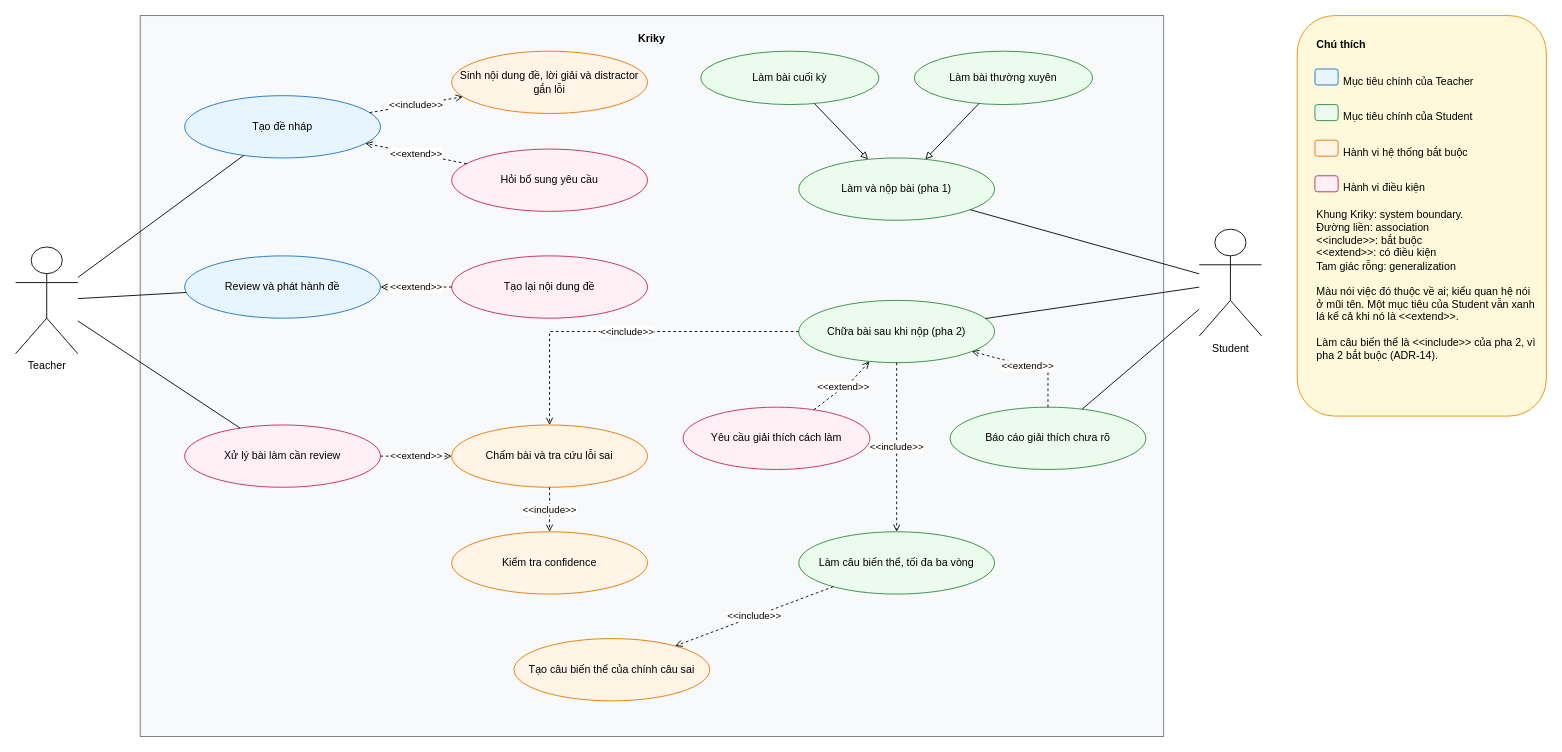
This is docs/diagrams/use-case.drawio from biabeogo147/AI-Assessment-and-Feedback-Assistant, a draw.io file, before an edit. Source tidied: cells renumbered, new cells numbered last; positions are measured from the earlier drawing's top-left corner, leaving out a move shared by most shapes. Both pictures are drawn from the tidied source at 89%, with x=0, y=0 at pixel (15, 15).
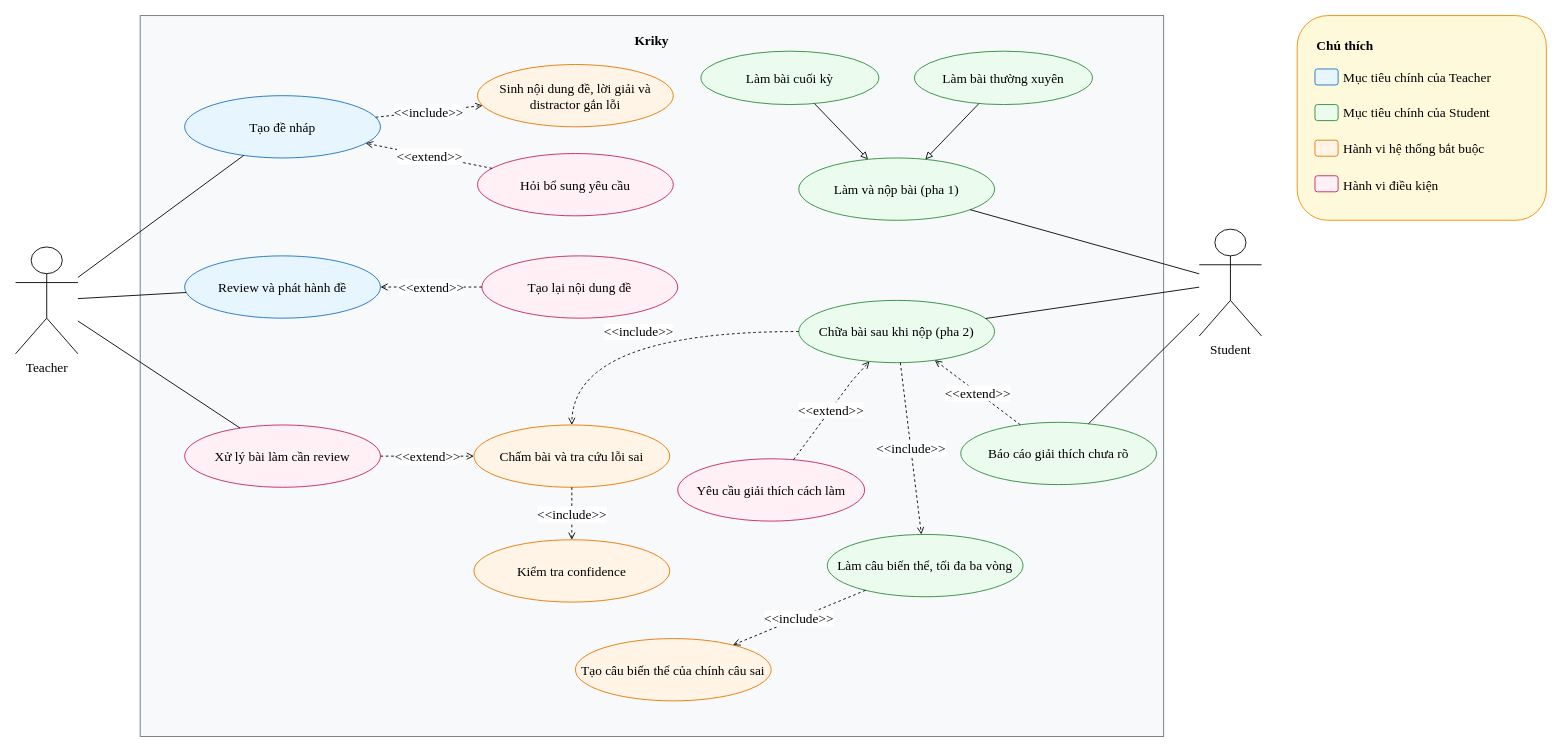
The same diagram, later.

Change to the diagram source:
```diff
@@
-    <mxCell id="2" value="Kriky" style="rounded=0;whiteSpace=wrap;html=1;fillColor=#f8f9fa;strokeColor=#6c757d;fontStyle=1;verticalAlign=top;spacingTop=12;" parent="1" vertex="1">
+    <mxCell id="2" value="Kriky" style="rounded=0;whiteSpace=wrap;html=1;fillColor=#f8f9fa;strokeColor=#6c757d;fontStyle=1;verticalAlign=top;spacingTop=12;fontFamily=Times New Roman;fontSize=15;" parent="1" vertex="1">
       <mxGeometry x="140" width="1150" height="810" as="geometry" />
     </mxCell>
-    <mxCell id="3" value="Teacher" style="shape=umlActor;verticalLabelPosition=bottom;verticalAlign=top;html=1;outlineConnect=0;" parent="1" vertex="1">
+    <mxCell id="3" value="Teacher" style="shape=umlActor;verticalLabelPosition=bottom;verticalAlign=top;html=1;outlineConnect=0;fontFamily=Times New Roman;fontSize=15;" parent="1" vertex="1">
       <mxGeometry y="260" width="70" height="120" as="geometry" />
     </mxCell>
-    <mxCell id="4" value="Student" style="shape=umlActor;verticalLabelPosition=bottom;verticalAlign=top;html=1;outlineConnect=0;" parent="1" vertex="1">
+    <mxCell id="4" value="Student" style="shape=umlActor;verticalLabelPosition=bottom;verticalAlign=top;html=1;outlineConnect=0;fontFamily=Times New Roman;fontSize=15;" parent="1" vertex="1">
       <mxGeometry x="1330" y="240" width="70" height="120" as="geometry" />
     </mxCell>
-    <mxCell id="5" value="Tạo đề nháp" style="ellipse;whiteSpace=wrap;html=1;fillColor=#e7f5ff;strokeColor=#1971c2;" parent="1" vertex="1">
+    <mxCell id="5" value="Tạo đề nháp" style="ellipse;whiteSpace=wrap;html=1;fillColor=#e7f5ff;strokeColor=#1971c2;fontFamily=Times New Roman;fontSize=15;" parent="1" vertex="1">
       <mxGeometry x="190" y="90" width="220" height="70" as="geometry" />
     </mxCell>
-    <mxCell id="6" value="Sinh nội dung đề, lời giải và distractor gắn lỗi" style="ellipse;whiteSpace=wrap;html=1;fillColor=#fff4e6;strokeColor=#e67700;" parent="1" vertex="1">
-      <mxGeometry x="490" y="40" width="220" height="70" as="geometry" />
+    <mxCell id="6" value="Sinh nội dung đề, lời giải và distractor gắn lỗi" style="ellipse;whiteSpace=wrap;html=1;fillColor=#fff4e6;strokeColor=#e67700;fontFamily=Times New Roman;fontSize=15;" parent="1" vertex="1">
+      <mxGeometry x="519" y="55" width="220" height="70" as="geometry" />
     </mxCell>
-    <mxCell id="7" value="Hỏi bổ sung yêu cầu" style="ellipse;whiteSpace=wrap;html=1;fillColor=#fff0f6;strokeColor=#c2255c;" parent="1" vertex="1">
-      <mxGeometry x="490" y="150" width="220" height="70" as="geometry" />
+    <mxCell id="7" value="Hỏi bổ sung yêu cầu" style="ellipse;whiteSpace=wrap;html=1;fillColor=#fff0f6;strokeColor=#c2255c;fontFamily=Times New Roman;fontSize=15;" parent="1" vertex="1">
+      <mxGeometry x="519" y="155" width="220" height="70" as="geometry" />
     </mxCell>
-    <mxCell id="8" value="Review và phát hành đề" style="ellipse;whiteSpace=wrap;html=1;fillColor=#e7f5ff;strokeColor=#1971c2;" parent="1" vertex="1">
+    <mxCell id="8" value="Review và phát hành đề" style="ellipse;whiteSpace=wrap;html=1;fillColor=#e7f5ff;strokeColor=#1971c2;fontFamily=Times New Roman;fontSize=15;" parent="1" vertex="1">
       <mxGeometry x="190" y="270" width="220" height="70" as="geometry" />
     </mxCell>
-    <mxCell id="9" value="Tạo lại nội dung đề" style="ellipse;whiteSpace=wrap;html=1;fillColor=#fff0f6;strokeColor=#c2255c;" parent="1" vertex="1">
-      <mxGeometry x="490" y="270" width="220" height="70" as="geometry" />
+    <mxCell id="9" value="Tạo lại nội dung đề" style="ellipse;whiteSpace=wrap;html=1;fillColor=#fff0f6;strokeColor=#c2255c;fontFamily=Times New Roman;fontSize=15;" parent="1" vertex="1">
+      <mxGeometry x="524" y="270" width="220" height="70" as="geometry" />
     </mxCell>
-    <mxCell id="10" value="Xử lý bài làm cần review" style="ellipse;whiteSpace=wrap;html=1;fillColor=#fff0f6;strokeColor=#c2255c;" parent="1" vertex="1">
+    <mxCell id="10" value="Xử lý bài làm cần review" style="ellipse;whiteSpace=wrap;html=1;fillColor=#fff0f6;strokeColor=#c2255c;fontFamily=Times New Roman;fontSize=15;" parent="1" vertex="1">
       <mxGeometry x="190" y="460" width="220" height="70" as="geometry" />
     </mxCell>
-    <mxCell id="11" value="Chấm bài và tra cứu lỗi sai" style="ellipse;whiteSpace=wrap;html=1;fillColor=#fff4e6;strokeColor=#e67700;" parent="1" vertex="1">
-      <mxGeometry x="490" y="460" width="220" height="70" as="geometry" />
+    <mxCell id="11" value="Chấm bài và tra cứu lỗi sai" style="ellipse;whiteSpace=wrap;html=1;fillColor=#fff4e6;strokeColor=#e67700;fontFamily=Times New Roman;fontSize=15;" parent="1" vertex="1">
+      <mxGeometry x="515" y="460" width="220" height="70" as="geometry" />
     </mxCell>
-    <mxCell id="12" value="Kiểm tra confidence" style="ellipse;whiteSpace=wrap;html=1;fillColor=#fff4e6;strokeColor=#e67700;" parent="1" vertex="1">
-      <mxGeometry x="490" y="580" width="220" height="70" as="geometry" />
+    <mxCell id="12" value="Kiểm tra confidence" style="ellipse;whiteSpace=wrap;html=1;fillColor=#fff4e6;strokeColor=#e67700;fontFamily=Times New Roman;fontSize=15;" parent="1" vertex="1">
+      <mxGeometry x="515" y="589" width="220" height="70" as="geometry" />
     </mxCell>
-    <mxCell id="13" value="Làm bài cuối kỳ" style="ellipse;whiteSpace=wrap;html=1;fillColor=#ebfbee;strokeColor=#2b8a3e;" parent="1" vertex="1">
+    <mxCell id="13" value="Làm bài cuối kỳ" style="ellipse;whiteSpace=wrap;html=1;fillColor=#ebfbee;strokeColor=#2b8a3e;fontFamily=Times New Roman;fontSize=15;" parent="1" vertex="1">
       <mxGeometry x="770" y="40" width="200" height="60" as="geometry" />
     </mxCell>
-    <mxCell id="14" value="Làm bài thường xuyên" style="ellipse;whiteSpace=wrap;html=1;fillColor=#ebfbee;strokeColor=#2b8a3e;" parent="1" vertex="1">
+    <mxCell id="14" value="Làm bài thường xuyên" style="ellipse;whiteSpace=wrap;html=1;fillColor=#ebfbee;strokeColor=#2b8a3e;fontFamily=Times New Roman;fontSize=15;" parent="1" vertex="1">
       <mxGeometry x="1010" y="40" width="200" height="60" as="geometry" />
     </mxCell>
-    <mxCell id="15" value="Làm và nộp bài (pha 1)" style="ellipse;whiteSpace=wrap;html=1;fillColor=#ebfbee;strokeColor=#2b8a3e;" parent="1" vertex="1">
+    <mxCell id="15" value="Làm và nộp bài (pha 1)" style="ellipse;whiteSpace=wrap;html=1;fillColor=#ebfbee;strokeColor=#2b8a3e;fontFamily=Times New Roman;fontSize=15;" parent="1" vertex="1">
       <mxGeometry x="880" y="160" width="220" height="70" as="geometry" />
     </mxCell>
-    <mxCell id="16" value="Chữa bài sau khi nộp (pha 2)" style="ellipse;whiteSpace=wrap;html=1;fillColor=#ebfbee;strokeColor=#2b8a3e;" parent="1" vertex="1">
+    <mxCell id="16" value="Chữa bài sau khi nộp (pha 2)" style="ellipse;whiteSpace=wrap;html=1;fillColor=#ebfbee;strokeColor=#2b8a3e;fontFamily=Times New Roman;fontSize=15;" parent="1" vertex="1">
       <mxGeometry x="880" y="320" width="220" height="70" as="geometry" />
     </mxCell>
-    <mxCell id="17" value="Yêu cầu giải thích cách làm" style="ellipse;whiteSpace=wrap;html=1;fillColor=#fff0f6;strokeColor=#c2255c;" parent="1" vertex="1">
-      <mxGeometry x="750" y="440" width="210" height="70" as="geometry" />
+    <mxCell id="17" value="Yêu cầu giải thích cách làm" style="ellipse;whiteSpace=wrap;html=1;fillColor=#fff0f6;strokeColor=#c2255c;fontFamily=Times New Roman;fontSize=15;" parent="1" vertex="1">
+      <mxGeometry x="744" y="498" width="210" height="70" as="geometry" />
     </mxCell>
-    <mxCell id="18" value="Báo cáo giải thích chưa rõ" style="ellipse;whiteSpace=wrap;html=1;fillColor=#ebfbee;strokeColor=#2b8a3e;" parent="1" vertex="1">
-      <mxGeometry x="1050" y="440" width="220" height="70" as="geometry" />
+    <mxCell id="18" value="Báo cáo giải thích chưa rõ" style="ellipse;whiteSpace=wrap;html=1;fillColor=#ebfbee;strokeColor=#2b8a3e;fontFamily=Times New Roman;fontSize=15;" parent="1" vertex="1">
+      <mxGeometry x="1062" y="457" width="220" height="70" as="geometry" />
     </mxCell>
-    <mxCell id="19" value="Làm câu biến thể, tối đa ba vòng" style="ellipse;whiteSpace=wrap;html=1;fillColor=#ebfbee;strokeColor=#2b8a3e;" parent="1" vertex="1">
-      <mxGeometry x="880" y="580" width="220" height="70" as="geometry" />
+    <mxCell id="19" value="Làm câu biến thể, tối đa ba vòng" style="ellipse;whiteSpace=wrap;html=1;fillColor=#ebfbee;strokeColor=#2b8a3e;fontFamily=Times New Roman;fontSize=15;" parent="1" vertex="1">
+      <mxGeometry x="912" y="583" width="220" height="70" as="geometry" />
     </mxCell>
-    <mxCell id="20" value="Tạo câu biến thể của chính câu sai" style="ellipse;whiteSpace=wrap;html=1;fillColor=#fff4e6;strokeColor=#e67700;" parent="1" vertex="1">
-      <mxGeometry x="560" y="700" width="220" height="70" as="geometry" />
+    <mxCell id="20" value="Tạo câu biến thể của chính câu sai" style="ellipse;whiteSpace=wrap;html=1;fillColor=#fff4e6;strokeColor=#e67700;fontFamily=Times New Roman;fontSize=15;" parent="1" vertex="1">
+      <mxGeometry x="629" y="700" width="220" height="70" as="geometry" />
     </mxCell>
-    <mxCell id="21" style="rounded=1;whiteSpace=wrap;html=1;fillColor=#fff9db;strokeColor=#f08c00;align=left;spacing=10;" parent="1" vertex="1">
-      <mxGeometry x="1440" width="280" height="450" as="geometry" />
+    <mxCell id="21" style="rounded=1;whiteSpace=wrap;html=1;fillColor=#fff9db;strokeColor=#f08c00;align=left;spacing=10;fontFamily=Times New Roman;fontSize=15;" parent="1" vertex="1">
+      <mxGeometry x="1440" width="280" height="230" as="geometry" />
     </mxCell>
-    <mxCell id="22" value="Chú thích" style="text;html=1;strokeColor=none;fillColor=none;align=left;verticalAlign=middle;whiteSpace=wrap;rounded=0;fontStyle=1;" parent="1" vertex="1">
+    <mxCell id="22" value="Chú thích" style="text;html=1;strokeColor=none;fillColor=none;align=left;verticalAlign=middle;whiteSpace=wrap;rounded=0;fontStyle=1;fontFamily=Times New Roman;fontSize=15;" parent="1" vertex="1">
       <mxGeometry x="1460" y="20" width="240" height="26" as="geometry" />
     </mxCell>
-    <mxCell id="23" style="rounded=1;whiteSpace=wrap;html=1;fillColor=#e7f5ff;strokeColor=#1971c2;" parent="1" vertex="1">
+    <mxCell id="23" style="rounded=1;whiteSpace=wrap;html=1;fillColor=#e7f5ff;strokeColor=#1971c2;fontFamily=Times New Roman;fontSize=15;" parent="1" vertex="1">
       <mxGeometry x="1460" y="60" width="26" height="18" as="geometry" />
     </mxCell>
-    <mxCell id="24" value="Mục tiêu chính của Teacher" style="text;html=1;strokeColor=none;fillColor=none;align=left;verticalAlign=middle;whiteSpace=wrap;rounded=0;" parent="1" vertex="1">
-      <mxGeometry x="1490" y="60" width="220" height="28" as="geometry" />
+    <mxCell id="24" value="Mục tiêu chính của Teacher" style="text;html=1;strokeColor=none;fillColor=none;align=left;verticalAlign=middle;whiteSpace=wrap;rounded=0;fontFamily=Times New Roman;fontSize=15;" parent="1" vertex="1">
+      <mxGeometry x="1490" y="55" width="220" height="28" as="geometry" />
     </mxCell>
-    <mxCell id="25" style="rounded=1;whiteSpace=wrap;html=1;fillColor=#ebfbee;strokeColor=#2b8a3e;" parent="1" vertex="1">
+    <mxCell id="25" style="rounded=1;whiteSpace=wrap;html=1;fillColor=#ebfbee;strokeColor=#2b8a3e;fontFamily=Times New Roman;fontSize=15;" parent="1" vertex="1">
       <mxGeometry x="1460" y="100" width="26" height="18" as="geometry" />
     </mxCell>
-    <mxCell id="26" value="Mục tiêu chính của Student" style="text;html=1;strokeColor=none;fillColor=none;align=left;verticalAlign=middle;whiteSpace=wrap;rounded=0;" parent="1" vertex="1">
-      <mxGeometry x="1490" y="100" width="220" height="28" as="geometry" />
+    <mxCell id="26" value="Mục tiêu chính của Student" style="text;html=1;strokeColor=none;fillColor=none;align=left;verticalAlign=middle;whiteSpace=wrap;rounded=0;fontFamily=Times New Roman;fontSize=15;" parent="1" vertex="1">
+      <mxGeometry x="1490" y="95" width="220" height="28" as="geometry" />
     </mxCell>
-    <mxCell id="27" style="rounded=1;whiteSpace=wrap;html=1;fillColor=#fff4e6;strokeColor=#e67700;" parent="1" vertex="1">
+    <mxCell id="27" style="rounded=1;whiteSpace=wrap;html=1;fillColor=#fff4e6;strokeColor=#e67700;fontFamily=Times New Roman;fontSize=15;" parent="1" vertex="1">
       <mxGeometry x="1460" y="140" width="26" height="18" as="geometry" />
     </mxCell>
-    <mxCell id="28" value="Hành vi hệ thống bắt buộc" style="text;html=1;strokeColor=none;fillColor=none;align=left;verticalAlign=middle;whiteSpace=wrap;rounded=0;" parent="1" vertex="1">
-      <mxGeometry x="1490" y="140" width="220" height="28" as="geometry" />
+    <mxCell id="28" value="Hành vi hệ thống bắt buộc" style="text;html=1;strokeColor=none;fillColor=none;align=left;verticalAlign=middle;whiteSpace=wrap;rounded=0;fontFamily=Times New Roman;fontSize=15;" parent="1" vertex="1">
+      <mxGeometry x="1490" y="135" width="220" height="28" as="geometry" />
     </mxCell>
-    <mxCell id="29" style="rounded=1;whiteSpace=wrap;html=1;fillColor=#fff0f6;strokeColor=#c2255c;" parent="1" vertex="1">
+    <mxCell id="29" style="rounded=1;whiteSpace=wrap;html=1;fillColor=#fff0f6;strokeColor=#c2255c;fontFamily=Times New Roman;fontSize=15;" parent="1" vertex="1">
       <mxGeometry x="1460" y="180" width="26" height="18" as="geometry" />
     </mxCell>
-    <mxCell id="30" value="Hành vi điều kiện" style="text;html=1;strokeColor=none;fillColor=none;align=left;verticalAlign=middle;whiteSpace=wrap;rounded=0;" parent="1" vertex="1">
-      <mxGeometry x="1490" y="180" width="220" height="28" as="geometry" />
+    <mxCell id="30" value="Hành vi điều kiện" style="text;html=1;strokeColor=none;fillColor=none;align=left;verticalAlign=middle;whiteSpace=wrap;rounded=0;fontFamily=Times New Roman;fontSize=15;" parent="1" vertex="1">
+      <mxGeometry x="1490" y="176" width="220" height="28" as="geometry" />
     </mxCell>
-    <mxCell id="31" value="Khung Kriky: system boundary.&#10;Đường liền: association&#10;&amp;lt;&amp;lt;include&amp;gt;&amp;gt;: bắt buộc&#10;&amp;lt;&amp;lt;extend&amp;gt;&amp;gt;: có điều kiện&#10;Tam giác rỗng: generalization&#10;&#10;Màu nói việc đó thuộc về ai; kiểu quan hệ nói ở mũi tên. Một mục tiêu của Student vẫn xanh lá kể cả khi nó là &amp;lt;&amp;lt;extend&amp;gt;&amp;gt;.&#10;&#10;Làm câu biến thể là &amp;lt;&amp;lt;include&amp;gt;&amp;gt; của pha 2, vì pha 2 bắt buộc (ADR-14)." style="text;html=1;strokeColor=none;fillColor=none;align=left;verticalAlign=top;whiteSpace=wrap;rounded=0;spacing=2;" parent="1" vertex="1">
-      <mxGeometry x="1460" y="210" width="250" height="220" as="geometry" />
-    </mxCell>
-    <mxCell id="32" style="endArrow=none;html=1;rounded=0;" parent="1" edge="1" source="3" target="5">
+    <mxCell id="32" style="endArrow=none;html=1;rounded=0;fontFamily=Times New Roman;fontSize=15;" parent="1" edge="1" source="3" target="5">
       <mxGeometry relative="1" as="geometry" />
     </mxCell>
-    <mxCell id="33" style="endArrow=none;html=1;rounded=0;" parent="1" edge="1" source="3" target="8">
+    <mxCell id="33" style="endArrow=none;html=1;rounded=0;fontFamily=Times New Roman;fontSize=15;" parent="1" edge="1" source="3" target="8">
       <mxGeometry relative="1" as="geometry" />
     </mxCell>
-    <mxCell id="34" style="endArrow=none;html=1;rounded=0;" parent="1" edge="1" source="3" target="10">
+    <mxCell id="34" style="endArrow=none;html=1;rounded=0;fontFamily=Times New Roman;fontSize=15;" parent="1" edge="1" source="3" target="10">
       <mxGeometry relative="1" as="geometry" />
     </mxCell>
-    <mxCell id="35" style="endArrow=none;html=1;rounded=0;" parent="1" edge="1" source="4" target="15">
+    <mxCell id="35" style="endArrow=none;html=1;rounded=0;fontFamily=Times New Roman;fontSize=15;" parent="1" edge="1" source="4" target="15">
       <mxGeometry relative="1" as="geometry" />
     </mxCell>
-    <mxCell id="36" style="endArrow=none;html=1;rounded=0;" parent="1" edge="1" source="4" target="16">
+    <mxCell id="36" style="endArrow=none;html=1;rounded=0;fontFamily=Times New Roman;fontSize=15;" parent="1" edge="1" source="4" target="16">
       <mxGeometry relative="1" as="geometry" />
     </mxCell>
-    <mxCell id="37" style="endArrow=none;html=1;rounded=0;" parent="1" edge="1" source="4" target="18">
+    <mxCell id="37" style="endArrow=none;html=1;rounded=0;fontFamily=Times New Roman;fontSize=15;" parent="1" edge="1" source="4" target="18">
       <mxGeometry relative="1" as="geometry" />
     </mxCell>
-    <mxCell id="38" value="&amp;lt;&amp;lt;include&amp;gt;&amp;gt;" style="endArrow=open;html=1;dashed=1;rounded=0;" parent="1" edge="1" source="5" target="6">
+    <mxCell id="38" value="&amp;lt;&amp;lt;include&amp;gt;&amp;gt;" style="endArrow=open;html=1;dashed=1;rounded=0;fontFamily=Times New Roman;fontSize=15;" parent="1" edge="1" source="5" target="6">
       <mxGeometry relative="1" as="geometry" />
     </mxCell>
-    <mxCell id="39" value="&amp;lt;&amp;lt;extend&amp;gt;&amp;gt;" style="endArrow=open;html=1;dashed=1;rounded=0;" parent="1" edge="1" source="7" target="5">
+    <mxCell id="39" value="&amp;lt;&amp;lt;extend&amp;gt;&amp;gt;" style="endArrow=open;html=1;dashed=1;rounded=0;fontFamily=Times New Roman;fontSize=15;" parent="1" edge="1" source="7" target="5">
       <mxGeometry relative="1" as="geometry" />
     </mxCell>
-    <mxCell id="40" value="&amp;lt;&amp;lt;extend&amp;gt;&amp;gt;" style="endArrow=open;html=1;dashed=1;rounded=0;" parent="1" edge="1" source="9" target="8">
+    <mxCell id="40" value="&amp;lt;&amp;lt;extend&amp;gt;&amp;gt;" style="endArrow=open;html=1;dashed=1;rounded=0;fontFamily=Times New Roman;fontSize=15;" parent="1" edge="1" source="9" target="8">
       <mxGeometry relative="1" as="geometry" />
     </mxCell>
-    <mxCell id="41" style="endArrow=block;endFill=0;html=1;rounded=0;" parent="1" edge="1" source="14" target="15">
+    <mxCell id="41" style="endArrow=block;endFill=0;html=1;rounded=0;fontFamily=Times New Roman;fontSize=15;" parent="1" edge="1" source="14" target="15">
       <mxGeometry relative="1" as="geometry" />
     </mxCell>
-    <mxCell id="42" style="endArrow=block;endFill=0;html=1;rounded=0;" parent="1" edge="1" source="13" target="15">
+    <mxCell id="42" style="endArrow=block;endFill=0;html=1;rounded=0;fontFamily=Times New Roman;fontSize=15;" parent="1" edge="1" source="13" target="15">
       <mxGeometry relative="1" as="geometry" />
     </mxCell>
-    <mxCell id="43" value="&amp;lt;&amp;lt;include&amp;gt;&amp;gt;" style="endArrow=open;html=1;dashed=1;rounded=0;" parent="1" edge="1" source="11" target="12">
+    <mxCell id="43" value="&amp;lt;&amp;lt;include&amp;gt;&amp;gt;" style="endArrow=open;html=1;dashed=1;rounded=0;fontFamily=Times New Roman;fontSize=15;" parent="1" edge="1" source="11" target="12">
       <mxGeometry relative="1" as="geometry" />
     </mxCell>
-    <mxCell id="44" value="&amp;lt;&amp;lt;extend&amp;gt;&amp;gt;" style="endArrow=open;html=1;dashed=1;rounded=0;" parent="1" edge="1" source="10" target="11">
+    <mxCell id="44" value="&amp;lt;&amp;lt;extend&amp;gt;&amp;gt;" style="endArrow=open;html=1;dashed=1;rounded=0;fontFamily=Times New Roman;fontSize=15;" parent="1" edge="1" source="10" target="11">
       <mxGeometry relative="1" as="geometry" />
     </mxCell>
-    <mxCell id="45" value="&amp;lt;&amp;lt;include&amp;gt;&amp;gt;" style="endArrow=open;html=1;dashed=1;rounded=0;" parent="1" edge="1" source="16" target="11">
-      <mxGeometry relative="1" as="geometry">
-        <Array as="points">
-          <mxPoint x="600" y="355" />
-          <mxPoint x="600" y="410" />
-        </Array>
-      </mxGeometry>
+    <mxCell id="45" value="&amp;lt;&amp;lt;include&amp;gt;&amp;gt;" style="endArrow=open;html=1;dashed=1;rounded=0;fontFamily=Times New Roman;fontSize=15;edgeStyle=orthogonalEdgeStyle;curved=1;curveGeometry=1;" parent="1" edge="1" source="16" target="11">
+      <mxGeometry relative="1" as="geometry" />
     </mxCell>
-    <mxCell id="46" value="&amp;lt;&amp;lt;include&amp;gt;&amp;gt;" style="endArrow=open;html=1;dashed=1;rounded=0;" parent="1" edge="1" source="16" target="19">
+    <mxCell id="46" value="&amp;lt;&amp;lt;include&amp;gt;&amp;gt;" style="endArrow=open;html=1;dashed=1;rounded=0;fontFamily=Times New Roman;fontSize=15;" parent="1" edge="1" source="16" target="19">
       <mxGeometry relative="1" as="geometry" />
     </mxCell>
-    <mxCell id="47" value="&amp;lt;&amp;lt;extend&amp;gt;&amp;gt;" style="endArrow=open;html=1;dashed=1;rounded=0;" parent="1" edge="1" source="17" target="16">
+    <mxCell id="47" value="&amp;lt;&amp;lt;extend&amp;gt;&amp;gt;" style="endArrow=open;html=1;dashed=1;rounded=0;fontFamily=Times New Roman;fontSize=15;" parent="1" edge="1" source="17" target="16">
       <mxGeometry relative="1" as="geometry">
         <Array as="points">
           <mxPoint x="940" y="410" />
         </Array>
       </mxGeometry>
     </mxCell>
-    <mxCell id="48" value="&amp;lt;&amp;lt;extend&amp;gt;&amp;gt;" style="endArrow=open;html=1;dashed=1;rounded=0;" parent="1" edge="1" source="18" target="16">
-      <mxGeometry relative="1" as="geometry">
-        <Array as="points">
-          <mxPoint x="1160" y="400" />
-        </Array>
-      </mxGeometry>
+    <mxCell id="48" value="&amp;lt;&amp;lt;extend&amp;gt;&amp;gt;" style="endArrow=open;html=1;dashed=1;rounded=0;fontFamily=Times New Roman;fontSize=15;" parent="1" edge="1" source="18" target="16">
+      <mxGeometry relative="1" as="geometry" />
     </mxCell>
-    <mxCell id="49" value="&amp;lt;&amp;lt;include&amp;gt;&amp;gt;" style="endArrow=open;html=1;dashed=1;rounded=0;" parent="1" edge="1" source="19" target="20">
+    <mxCell id="49" value="&amp;lt;&amp;lt;include&amp;gt;&amp;gt;" style="endArrow=open;html=1;dashed=1;rounded=0;fontFamily=Times New Roman;fontSize=15;" parent="1" edge="1" source="19" target="20">
       <mxGeometry relative="1" as="geometry" />
     </mxCell>
```
